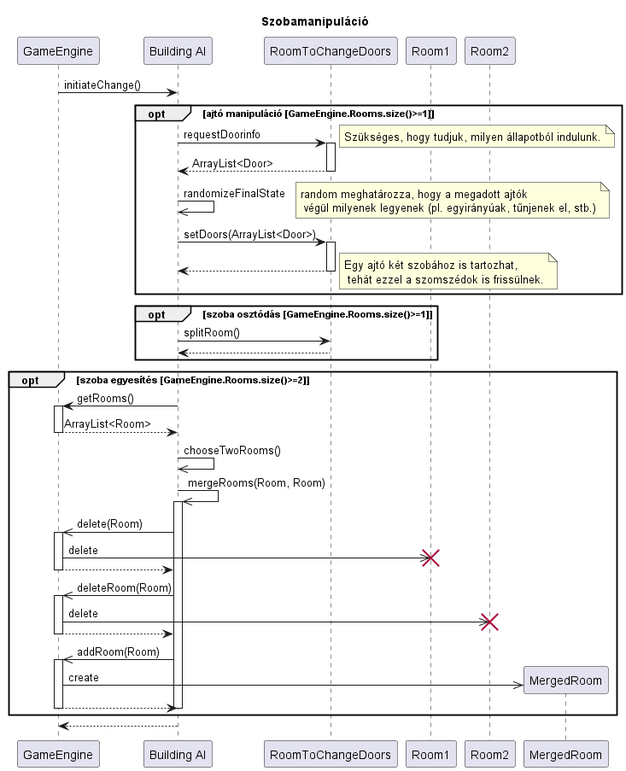
kipolaris/skyrimscriptsuttogok keeps this PlantUML diagram as out/diagramms/src/building_change/building_change.png. Above is the earlier version.
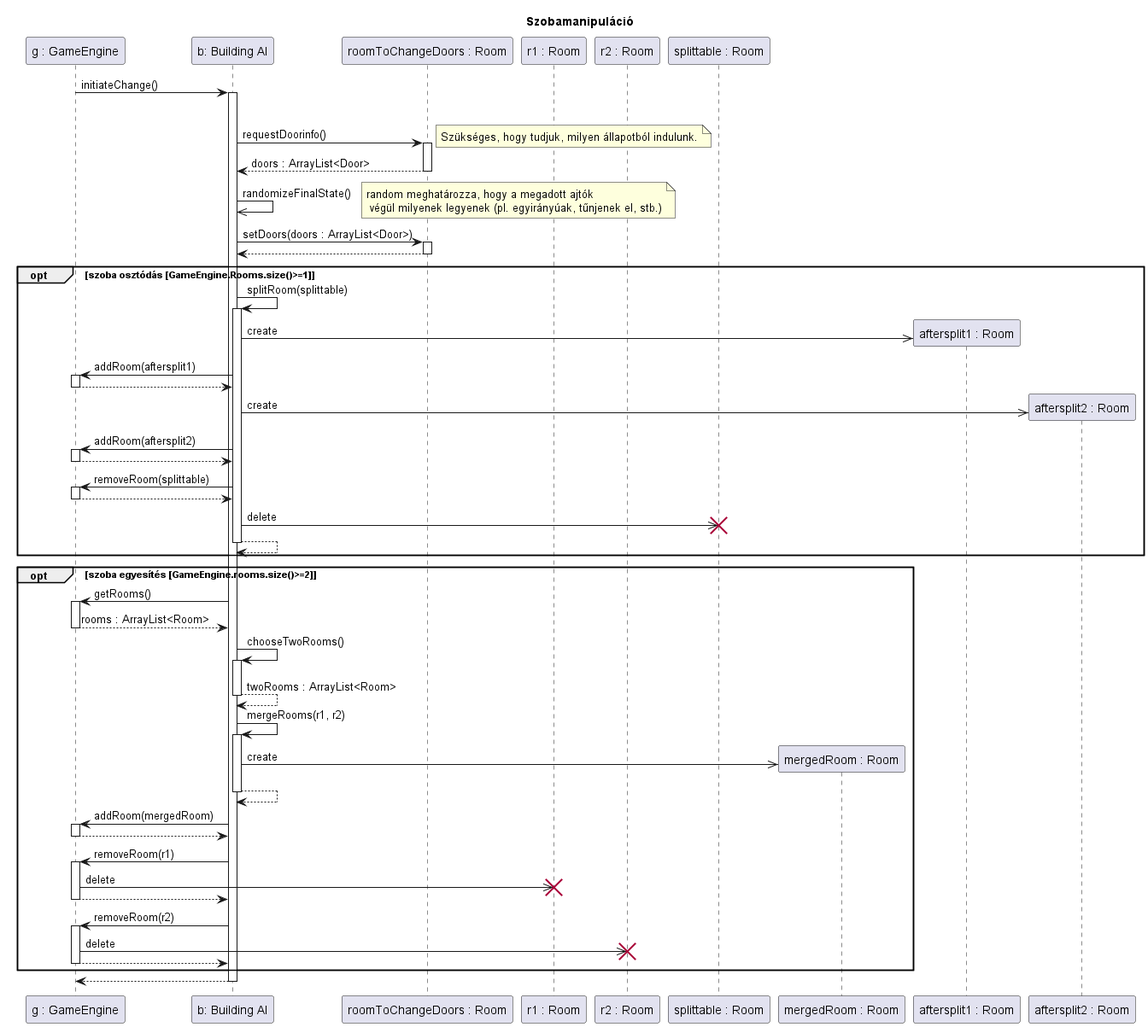
Above is the later version.

Diff of the diagram source:
```diff
@@ -2,59 +2,69 @@
 
 title Szobamanipuláció
 
-Participant GameEngine as g
-Participant "Building AI" as ai
-Participant RoomToChangeDoors as sz
+Participant "g : GameEngine" as g
+Participant "b: Building AI" as ai
+Participant "roomToChangeDoors : Room" as sz
 
-participant Room1 as sz1
-Participant Room2 as sz2
-Participant MergedRoom as sz3
+participant "r1 : Room" as sz1
+Participant "r2 : Room" as sz2
+participant "splittable : Room" as split
+Participant "mergedRoom : Room" as sz3
 
-g->ai : initiateChange()
+g->ai ++: initiateChange()
 opt ajtó manipuláció [GameEngine.Rooms.size()>=1]
-    ai->sz ++: requestDoorinfo
+    ai->sz ++: requestDoorinfo()
     note right: Szükséges, hogy tudjuk, milyen állapotból indulunk.
-    return ArrayList<Door>
+    return doors : ArrayList<Door>
 
-    ai->>ai : randomizeFinalState
+    ai->>ai : randomizeFinalState()
     note right: random meghatározza, hogy a megadott ajtók \n végül milyenek legyenek (pl. egyirányúak, tűnjenek el, stb.)
 
-    ai->sz ++: setDoors(ArrayList<Door>)
+    ai->sz ++: setDoors(doors : ArrayList<Door>)
     return
-
-    note right : Egy ajtó két szobához is tartozhat,\n tehát ezzel a szomszédok is frissülnek.
-
-end
 
 opt szoba osztódás [GameEngine.Rooms.size()>=1]
 
-    ai->sz : splitRoom()
+    ai->ai ++: splitRoom(splittable)
+    ai->>"aftersplit1 : Room" **: create
+    ai->g ++: addRoom(aftersplit1)
+    return
+    ai->>"aftersplit2 : Room" **: create
+    ai->g ++: addRoom(aftersplit2)
+    return
+
+    ai->g ++: removeRoom(splittable)
+    return
+
+    ai->>split !!: delete
     return
 
 end
 
-opt szoba egyesítés [GameEngine.Rooms.size()>=2]
+opt szoba egyesítés [GameEngine.rooms.size()>=2]
 
     ai->g ++: getRooms()
-    return ArrayList<Room>
+    return rooms : ArrayList<Room>
 
-    ai->>ai : chooseTwoRooms()
-    ai->>ai ++: mergeRooms(Room, Room)
-    ai->>g ++: delete(Room)
+    ai->ai ++: chooseTwoRooms()
+    return twoRooms : ArrayList<Room>
+
+    ai->ai ++: mergeRooms(r1, r2)
+    ai->>sz3 **: create
+    ai-->ai --:
+
+    ai->g ++: addRoom(mergedRoom)
+    g-->ai --:
+
+    ai->g ++: removeRoom(r1)
     g->>sz1 !!: delete
-    g-->ai
-    deactivate g
-    ai->>g ++: deleteRoom(Room)
+    g-->ai --:
+
+    ai->g ++: removeRoom(r2)
     g->>sz2 !!: delete
-    g-->ai
-    deactivate g
-    ai->>g ++: addRoom(Room)
-    g->>sz3 **: create
-    g-->ai
-    deactivate g
-    deactivate ai
+    g-->ai --:
 
 end
-ai-->g
+ai-->g --:
 
 @enduml
```
